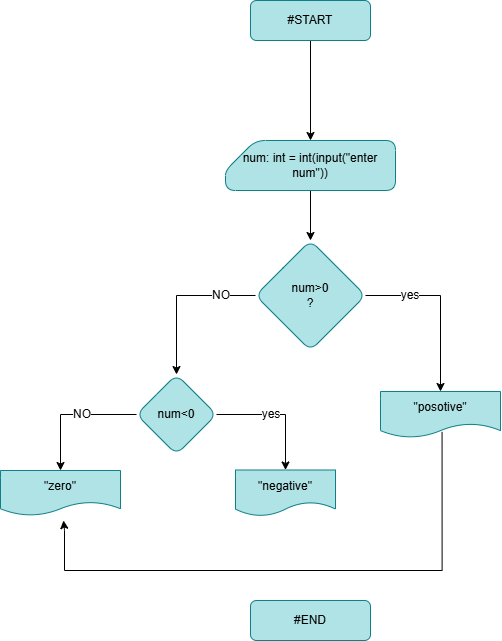
The draw.io diagram elif.diag.png in mayalis2002/Class-Practice, before a commit. Source tidied: cells renumbered, new cells last; positions are measured from the earlier drawing's top-left corner, leaving out a move shared by most shapes.
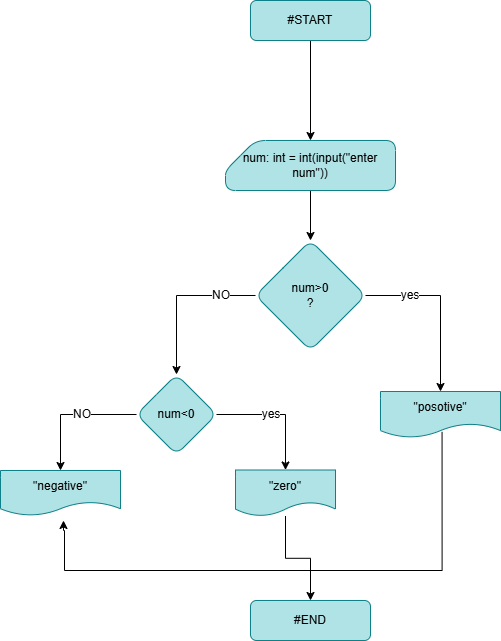
After the change.

Change to the diagram source:
```diff
@@ -56,10 +56,13 @@
     <mxCell id="16" value="NO" style="text;html=1;align=center;verticalAlign=middle;whiteSpace=wrap;rounded=0;fontFamily=Helvetica;fontSize=12;fontColor=default;labelBackgroundColor=default;" parent="1" vertex="1">
       <mxGeometry x="191" y="280" width="60" height="30" as="geometry" />
     </mxCell>
+    <mxCell id="21" style="edgeStyle=orthogonalEdgeStyle;rounded=0;jettySize=auto;html=1;fontFamily=Helvetica;fontSize=12;fontColor=default;" parent="1" edge="1" source="17" target="14">
+      <mxGeometry relative="1" as="geometry" />
+    </mxCell>
-    <mxCell id="17" value="&quot;negative&quot;" style="shape=document;whiteSpace=wrap;html=1;boundedLbl=1;rounded=1;strokeColor=#0e8088;align=center;verticalAlign=middle;fontFamily=Helvetica;fontSize=12;fontColor=default;fillColor=#b0e3e6;" parent="1" vertex="1">
+    <mxCell id="17" value="&quot;zero&quot;" style="shape=document;whiteSpace=wrap;html=1;boundedLbl=1;rounded=1;strokeColor=#0e8088;align=center;verticalAlign=middle;fontFamily=Helvetica;fontSize=12;fontColor=default;fillColor=#b0e3e6;" parent="1" vertex="1">
       <mxGeometry x="235" y="469.5" width="100" height="46" as="geometry" />
     </mxCell>
-    <mxCell id="18" value="&quot;zero&quot;" style="shape=document;whiteSpace=wrap;html=1;boundedLbl=1;fillColor=#b0e3e6;strokeColor=#0e8088;rounded=1;" parent="1" vertex="1">
+    <mxCell id="18" value="&quot;negative&quot;" style="shape=document;whiteSpace=wrap;html=1;boundedLbl=1;fillColor=#b0e3e6;strokeColor=#0e8088;rounded=1;" parent="1" vertex="1">
       <mxGeometry y="470" width="120" height="45" as="geometry" />
     </mxCell>
     <mxCell id="19" value="yes" style="text;html=1;align=center;verticalAlign=middle;whiteSpace=wrap;rounded=0;fontFamily=Helvetica;fontSize=12;fontColor=default;labelBackgroundColor=default;" parent="1" vertex="1">
```
